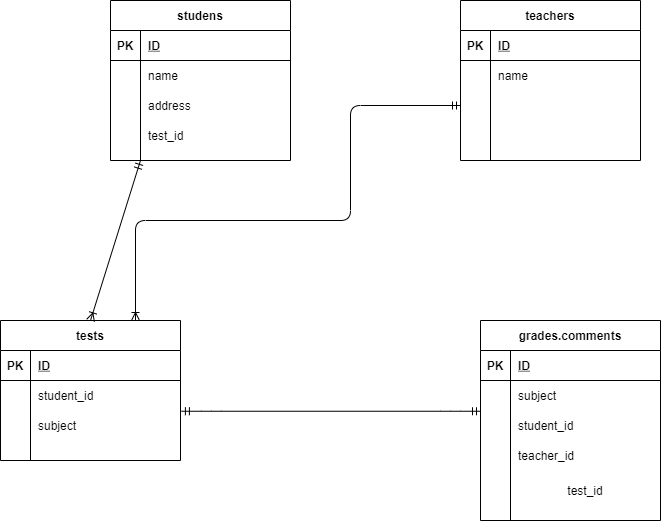
This is index.drawio.png from Riko-15/DB, a draw.io export, as it was before one commit. Source tidied: cells renumbered, new cells last; positions are measured from the earlier drawing's top-left corner, leaving out a move shared by most shapes.
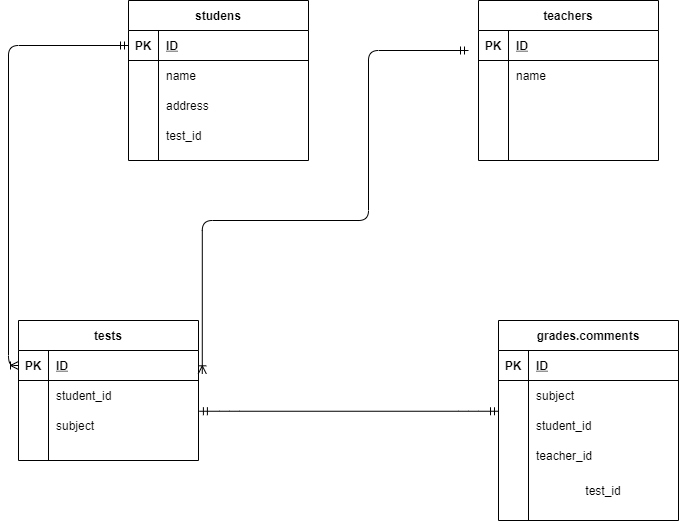
Above is the later version.

The edit, as a diff of the source:
```diff
@@ -167,17 +167,16 @@
     <mxCell id="56" value="test_id" style="shape=partialRectangle;html=1;whiteSpace=wrap;overflow=hidden;fillColor=none;top=0;left=0;bottom=0;right=0;" parent="54" vertex="1">
       <mxGeometry x="30" width="150" height="40" as="geometry" />
     </mxCell>
-    <mxCell id="57" style="fontSize=12;html=1;endArrow=ERoneToMany;startArrow=ERmandOne;entryX=0.5;entryY=0;entryDx=0;entryDy=0;" parent="1" edge="1" target="28">
-      <mxGeometry relative="1" as="geometry">
-        <mxPoint x="140" y="160" as="sourcePoint" />
-      </mxGeometry>
+    <mxCell id="57" style="fontSize=12;html=1;endArrow=ERoneToMany;startArrow=ERmandOne;edgeStyle=orthogonalEdgeStyle;exitX=0;exitY=0.5;exitDx=0;exitDy=0;entryX=0;entryY=0.5;entryDx=0;entryDy=0;" parent="1" edge="1" source="3" target="29">
+      <mxGeometry relative="1" as="geometry" />
     </mxCell>
-    <mxCell id="58" style="fontSize=12;html=1;endArrow=ERoneToMany;startArrow=ERmandOne;exitX=0;exitY=0.5;exitDx=0;exitDy=0;entryX=0.75;entryY=0;entryDx=0;entryDy=0;edgeStyle=orthogonalEdgeStyle;" parent="1" edge="1" source="22" target="28">
+    <mxCell id="58" style="fontSize=12;html=1;endArrow=ERoneToMany;startArrow=ERmandOne;edgeStyle=orthogonalEdgeStyle;entryX=1.021;entryY=0.777;entryDx=0;entryDy=0;entryPerimeter=0;" parent="1" edge="1" target="29">
       <mxGeometry relative="1" as="geometry">
+        <mxPoint x="450" y="50" as="sourcePoint" />
         <Array as="points">
-          <mxPoint x="350" y="105" />
+          <mxPoint x="350" y="50" />
           <mxPoint x="350" y="220" />
-          <mxPoint x="135" y="220" />
+          <mxPoint x="184" y="220" />
         </Array>
       </mxGeometry>
     </mxCell>
```
